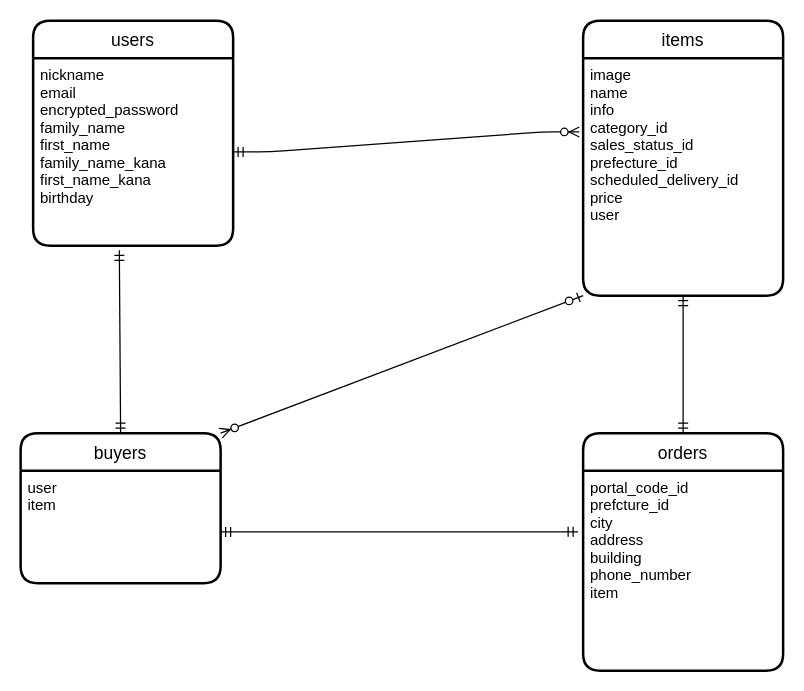
The draw.io diagram db.dio in Jun922/furima-34716, before the edit. Source tidied: cells renumbered, new cells numbered last; positions are measured from the earlier drawing's top-left corner, leaving out a move shared by most shapes. Both pictures are drawn from the tidied source at 125%, with x=0, y=0 at pixel (20, 20).
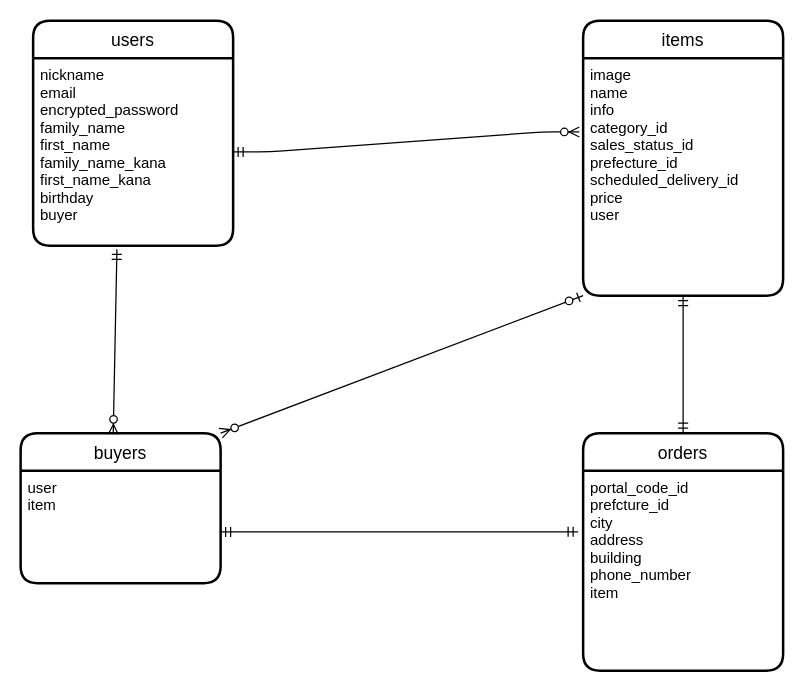
The same page after the edit.

Diff of the diagram source:
```diff
@@
 <mxGraphModel>
   <root>
     <mxCell id="0" />
     <mxCell id="1" parent="0" />
     <mxCell id="2" value="users" style="swimlane;horizontal=1;startSize=30;rounded=1;fontSize=14;fontStyle=0;strokeWidth=2;shadow=0;dashed=0;align=center;" parent="1" vertex="1">
       <mxGeometry x="10" width="160" height="180" as="geometry" />
     </mxCell>
-    <mxCell id="3" value="nickname&#10;email&#10;encrypted_password&#10;family_name&#10;first_name&#10;family_name_kana&#10;first_name_kana&#10;birthday" style="align=left;strokeColor=none;fillColor=none;spacingLeft=4;fontSize=12;verticalAlign=top;" parent="2" vertex="1">
+    <mxCell id="3" value="nickname&#10;email&#10;encrypted_password&#10;family_name&#10;first_name&#10;family_name_kana&#10;first_name_kana&#10;birthday&#10;buyer" style="align=left;strokeColor=none;fillColor=none;spacingLeft=4;fontSize=12;verticalAlign=top;" parent="2" vertex="1">
       <mxGeometry y="30" width="160" height="150" as="geometry" />
     </mxCell>
     <mxCell id="4" value="items" style="swimlane;horizontal=1;startSize=30;rounded=1;fontSize=14;fontStyle=0;strokeWidth=2;shadow=0;dashed=0;align=center;" parent="1" vertex="1">
       <mxGeometry x="450" width="160" height="220" as="geometry" />
     </mxCell>
     <mxCell id="5" value="image&#10;name&#10;info&#10;category_id&#10;sales_status_id&#10;prefecture_id&#10;scheduled_delivery_id&#10;price&#10;user" style="align=left;strokeColor=none;fillColor=none;spacingLeft=4;fontSize=12;verticalAlign=top;" parent="4" vertex="1">
       <mxGeometry y="30" width="160" height="190" as="geometry" />
     </mxCell>
     <mxCell id="6" value="buyers" style="swimlane;horizontal=1;startSize=30;rounded=1;fontSize=14;fontStyle=0;strokeWidth=2;shadow=0;dashed=0;align=center;" parent="1" vertex="1">
       <mxGeometry y="330" width="160" height="120" as="geometry" />
     </mxCell>
     <mxCell id="7" value="user&#10;item" style="align=left;strokeColor=none;fillColor=none;spacingLeft=4;fontSize=12;verticalAlign=top;" parent="6" vertex="1">
       <mxGeometry y="30" width="160" height="90" as="geometry" />
     </mxCell>
     <mxCell id="8" value="orders" style="swimlane;horizontal=1;startSize=30;rounded=1;fontSize=14;fontStyle=0;strokeWidth=2;shadow=0;dashed=0;align=center;" parent="1" vertex="1">
       <mxGeometry x="450" y="330" width="160" height="190" as="geometry" />
     </mxCell>
     <mxCell id="9" value="portal_code_id&#10;prefcture_id&#10;city&#10;address&#10;building&#10;phone_number&#10;item" style="align=left;strokeColor=none;fillColor=none;spacingLeft=4;fontSize=12;verticalAlign=top;" parent="8" vertex="1">
       <mxGeometry y="30" width="160" height="160" as="geometry" />
     </mxCell>
     <mxCell id="10" style="edgeStyle=entityRelationEdgeStyle;fontSize=12;html=1;endArrow=ERzeroToMany;startArrow=ERmandOne;exitX=1;exitY=0.5;exitDx=0;exitDy=0;entryX=-0.019;entryY=0.311;entryDx=0;entryDy=0;entryPerimeter=0;" parent="1" edge="1" source="3" target="5">
       <mxGeometry relative="1" as="geometry" />
     </mxCell>
-    <mxCell id="11" style="fontSize=12;html=1;endArrow=ERmandOne;startArrow=ERmandOne;entryX=0.431;entryY=1.025;entryDx=0;entryDy=0;entryPerimeter=0;exitX=0.5;exitY=0;exitDx=0;exitDy=0;" parent="1" edge="1" source="6" target="3">
-      <mxGeometry relative="1" as="geometry" />
-    </mxCell>
     <mxCell id="12" style="fontSize=12;html=1;endArrow=ERzeroToMany;startArrow=ERzeroToOne;exitX=0;exitY=1;exitDx=0;exitDy=0;entryX=1;entryY=0;entryDx=0;entryDy=0;" parent="1" edge="1" source="5" target="6">
       <mxGeometry relative="1" as="geometry" />
     </mxCell>
     <mxCell id="13" style="fontSize=12;html=1;endArrow=ERmandOne;startArrow=ERmandOne;exitX=0.5;exitY=0;exitDx=0;exitDy=0;entryX=0.5;entryY=1;entryDx=0;entryDy=0;" parent="1" edge="1" source="8" target="5">
       <mxGeometry relative="1" as="geometry" />
     </mxCell>
     <mxCell id="14" style="edgeStyle=entityRelationEdgeStyle;fontSize=12;html=1;endArrow=ERmandOne;startArrow=ERmandOne;entryX=-0.025;entryY=0.306;entryDx=0;entryDy=0;entryPerimeter=0;" parent="1" edge="1" target="9">
       <mxGeometry relative="1" as="geometry">
         <mxPoint x="160" y="409" as="sourcePoint" />
       </mxGeometry>
     </mxCell>
+    <mxCell id="15" style="fontSize=12;html=1;endArrow=ERzeroToMany;startArrow=ERmandOne;exitX=0.419;exitY=1.02;exitDx=0;exitDy=0;exitPerimeter=0;entryX=0.463;entryY=0.008;entryDx=0;entryDy=0;entryPerimeter=0;" parent="1" edge="1" source="3" target="6">
+      <mxGeometry relative="1" as="geometry" />
+    </mxCell>
   </root>
 </mxGraphModel>
```
